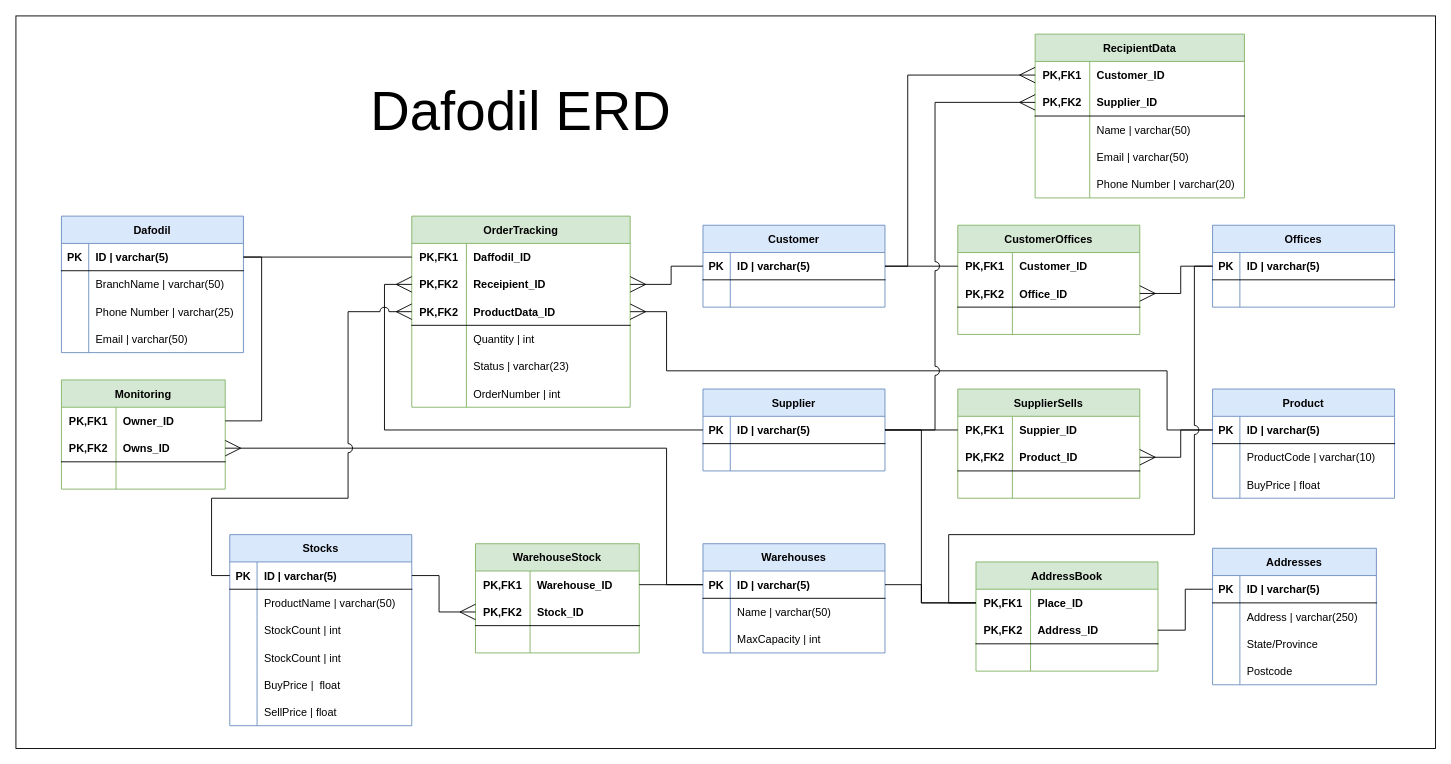
The draw.io diagram ERD.drawio in BaiOmarFromBathSpa/Databases-Assesment, before the edit. Source tidied: cells renumbered, new cells numbered last; positions are measured from the earlier drawing's top-left corner, leaving out a move shared by most shapes. Both pictures are drawn from the tidied source at 91%, with x=0, y=0 at pixel (15, 15).
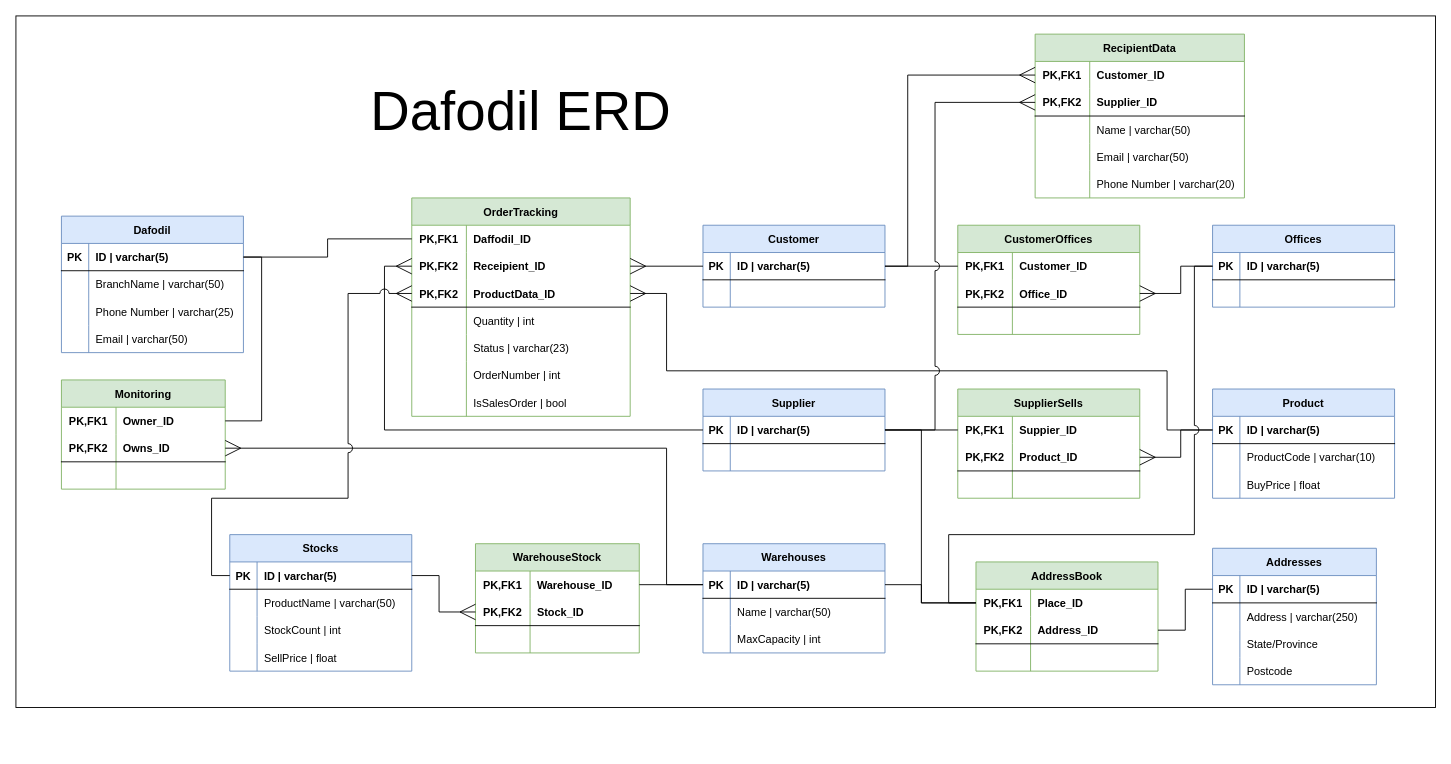
The same page after the edit.

Commit message (it also covers changes not shown here):
this time fr final ERD tweak... unless

The change refers to these unchanged cells:
```xml
<mxCell id="45" style="shape=tableRow;horizontal=0;startSize=0;swimlaneHead=0;swimlaneBody=0;fillColor=none;points=[[0,0.5],[1,0.5]];portConstraint=eastwest;top=0;left=0;right=0;bottom=1;strokeColor=default;" parent="38" vertex="1">
  <mxGeometry y="90" width="240" height="30" as="geometry" />
</mxCell>
<mxCell id="94" style="shape=tableRow;horizontal=0;startSize=0;swimlaneHead=0;swimlaneBody=0;fillColor=none;points=[[0,0.5],[1,0.5]];portConstraint=eastwest;top=0;left=0;right=0;bottom=1;strokeColor=default;" parent="93" vertex="1">
  <mxGeometry y="30" width="200" height="30" as="geometry" />
</mxCell>
<mxCell id="139" style="shape=tableRow;horizontal=0;startSize=0;swimlaneHead=0;swimlaneBody=0;fillColor=none;points=[[0,0.5],[1,0.5]];portConstraint=eastwest;top=0;left=0;right=0;bottom=1;strokeColor=default;" parent="138" vertex="1">
  <mxGeometry y="30" width="200" height="30" as="geometry" />
</mxCell>
```

Change to the diagram source:
```diff
@@
     <mxCell id="2" style="whiteSpace=wrap;html=1;align=center;strokeColor=default;fillColor=default;backgroundOutline=1;" parent="1" vertex="1">
-      <mxGeometry width="1560" height="805" as="geometry" />
+      <mxGeometry width="1560" height="760" as="geometry" />
     </mxCell>
@@
     <mxCell id="38" value="OrderTracking" style="shape=table;startSize=30;childLayout=tableLayout;rowLines=0;fontStyle=1;align=center;strokeColor=#82b366;fillColor=#d5e8d4;" parent="1" vertex="1">
-      <mxGeometry x="435" y="220" width="240" height="210" as="geometry" />
+      <mxGeometry x="435" y="200" width="240" height="240" as="geometry" />
     </mxCell>
@@
+    <mxCell id="194" style="shape=tableRow;horizontal=0;startSize=0;swimlaneHead=0;swimlaneBody=0;fillColor=none;top=0;left=0;right=0;bottom=0;strokeColor=default;" parent="38" vertex="1">
+      <mxGeometry y="210" width="240" height="30" as="geometry" />
+    </mxCell>
+    <mxCell id="195" style="shape=partialRectangle;fillColor=none;top=0;left=0;bottom=0;right=0;overflow=hidden;strokeColor=default;" parent="194" vertex="1">
+      <mxGeometry width="60" height="30" as="geometry" />
+    </mxCell>
+    <mxCell id="196" value="IsSalesOrder | bool" style="shape=partialRectangle;fillColor=none;top=0;left=0;bottom=0;right=0;align=left;spacingLeft=6;overflow=hidden;strokeColor=default;" parent="194" vertex="1">
+      <mxGeometry x="60" width="180" height="30" as="geometry" />
+    </mxCell>
@@
     <mxCell id="138" value="Stocks" style="shape=table;startSize=30;childLayout=tableLayout;rowLines=0;fontStyle=1;align=center;strokeColor=#6c8ebf;fillColor=#dae8fc;" parent="1" vertex="1">
-      <mxGeometry x="235" y="570" width="200" height="210" as="geometry" />
+      <mxGeometry x="235" y="570" width="200" height="150" as="geometry" />
     </mxCell>
@@
-    <mxCell id="148" style="shape=tableRow;horizontal=0;startSize=0;swimlaneHead=0;swimlaneBody=0;fillColor=none;top=0;left=0;right=0;bottom=0;strokeColor=default;" parent="138" vertex="1">
-      <mxGeometry y="120" width="200" height="30" as="geometry" />
-    </mxCell>
-    <mxCell id="149" style="shape=partialRectangle;fillColor=none;top=0;left=0;bottom=0;right=0;overflow=hidden;strokeColor=default;" parent="148" vertex="1">
-      <mxGeometry width="30" height="30" as="geometry" />
-    </mxCell>
-    <mxCell id="150" value="StockCount | int" style="shape=partialRectangle;fillColor=none;top=0;left=0;bottom=0;right=0;align=left;spacingLeft=6;overflow=hidden;strokeColor=default;" parent="148" vertex="1">
-      <mxGeometry x="30" width="170" height="30" as="geometry" />
-    </mxCell>
-    <mxCell id="151" style="shape=tableRow;horizontal=0;startSize=0;swimlaneHead=0;swimlaneBody=0;fillColor=none;top=0;left=0;right=0;bottom=0;strokeColor=default;" parent="138" vertex="1">
-      <mxGeometry y="150" width="200" height="30" as="geometry" />
-    </mxCell>
-    <mxCell id="152" style="shape=partialRectangle;fillColor=none;top=0;left=0;bottom=0;right=0;overflow=hidden;strokeColor=default;" parent="151" vertex="1">
-      <mxGeometry width="30" height="30" as="geometry" />
-    </mxCell>
-    <mxCell id="153" value="BuyPrice |  float" style="shape=partialRectangle;fillColor=none;top=0;left=0;bottom=0;right=0;align=left;spacingLeft=6;overflow=hidden;strokeColor=default;" parent="151" vertex="1">
-      <mxGeometry x="30" width="170" height="30" as="geometry" />
-    </mxCell>
     <mxCell id="154" style="shape=tableRow;horizontal=0;startSize=0;swimlaneHead=0;swimlaneBody=0;fillColor=none;top=0;left=0;right=0;bottom=0;strokeColor=default;" parent="138" vertex="1">
-      <mxGeometry y="180" width="200" height="30" as="geometry" />
+      <mxGeometry y="120" width="200" height="30" as="geometry" />
     </mxCell>
@@
     <mxCell id="173" style="edgeStyle=orthogonalEdgeStyle;rounded=0;jumpStyle=arc;jettySize=auto;html=1;exitX=0;exitY=0.5;exitDx=0;exitDy=0;entryX=0;entryY=0.5;entryDx=0;entryDy=0;endArrow=ERmany;endFill=0;endSize=15;jumpSize=10;" parent="1" edge="1" source="139" target="45">
       <mxGeometry relative="1" as="geometry">
         <Array as="points">
           <mxPoint x="215" y="615" />
           <mxPoint x="215" y="530" />
           <mxPoint x="365" y="530" />
-          <mxPoint x="365" y="325" />
+          <mxPoint x="365" y="305" />
         </Array>
       </mxGeometry>
     </mxCell>
     <mxCell id="174" style="edgeStyle=orthogonalEdgeStyle;rounded=0;jumpStyle=none;jettySize=auto;html=1;exitX=0;exitY=0.5;exitDx=0;exitDy=0;entryX=1;entryY=0.5;entryDx=0;entryDy=0;endArrow=ERmany;endFill=0;endSize=15;jumpSize=10;" parent="1" edge="1" source="94" target="45">
       <mxGeometry relative="1" as="geometry">
         <Array as="points">
           <mxPoint x="1265" y="455" />
           <mxPoint x="1265" y="390" />
           <mxPoint x="715" y="390" />
-          <mxPoint x="715" y="325" />
+          <mxPoint x="715" y="305" />
         </Array>
       </mxGeometry>
     </mxCell>
```
